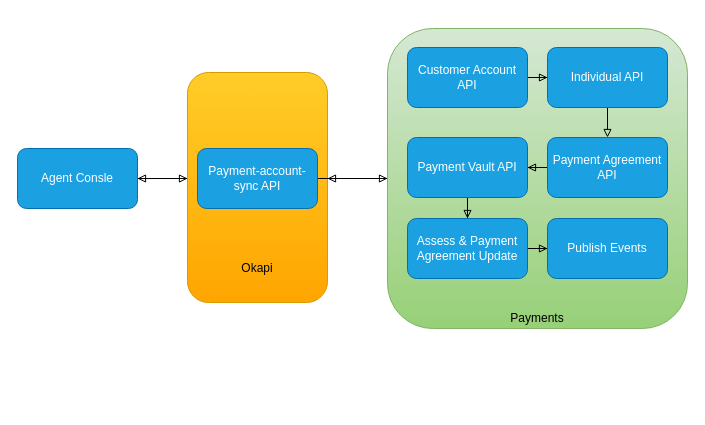
This is paysync.drawio from evasanthan/testRestApp, a draw.io file, before an edit. Source tidied: cells renumbered, new cells numbered last; positions are measured from the earlier drawing's top-left corner, leaving out a move shared by most shapes. Both pictures are drawn from the tidied source at 100%, with x=0, y=0 at pixel (17, 28).
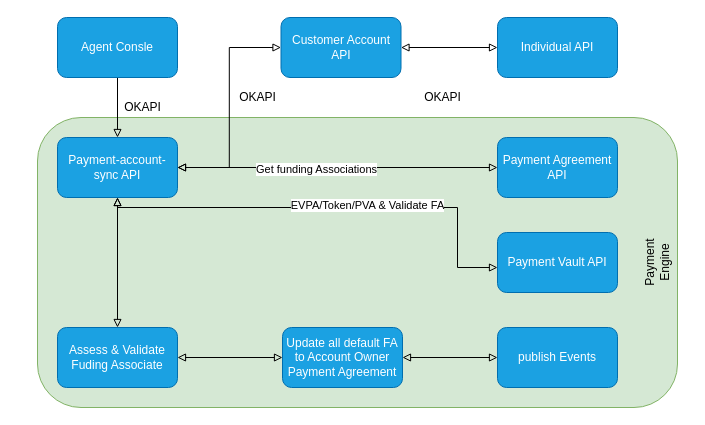
The same page after the edit.

Change to the diagram source:
```diff
@@
-    <mxCell id="2" style="edgeStyle=orthogonalEdgeStyle;rounded=0;jettySize=auto;html=1;endArrow=block;endFill=0;" parent="1" edge="1" source="4" target="10">
-      <mxGeometry relative="1" as="geometry" />
-    </mxCell>
-    <mxCell id="3" style="edgeStyle=orthogonalEdgeStyle;rounded=0;jettySize=auto;html=1;endArrow=block;endFill=0;" parent="1" edge="1" source="4">
-      <mxGeometry relative="1" as="geometry">
-        <mxPoint x="310" y="150" as="targetPoint" />
-      </mxGeometry>
-    </mxCell>
-    <mxCell id="4" style="rounded=1;whiteSpace=wrap;html=1;fillColor=#d5e8d4;strokeColor=#82b366;gradientColor=#97d077;" parent="1" vertex="1">
-      <mxGeometry x="370" width="300" height="300" as="geometry" />
-    </mxCell>
-    <mxCell id="5" style="edgeStyle=orthogonalEdgeStyle;rounded=0;jettySize=auto;html=1;entryX=1;entryY=0.5;entryDx=0;entryDy=0;endArrow=block;endFill=0;" parent="1" edge="1" source="6" target="8">
-      <mxGeometry relative="1" as="geometry">
-        <Array as="points">
-          <mxPoint x="150" y="150" />
-          <mxPoint x="150" y="150" />
-        </Array>
-      </mxGeometry>
-    </mxCell>
-    <mxCell id="6" style="rounded=1;whiteSpace=wrap;html=1;fillColor=#ffcd28;strokeColor=#d79b00;gradientColor=#ffa500;" parent="1" vertex="1">
-      <mxGeometry x="170" y="44" width="140" height="230" as="geometry" />
-    </mxCell>
-    <mxCell id="7" style="edgeStyle=orthogonalEdgeStyle;rounded=0;jettySize=auto;html=1;entryX=0;entryY=0.461;entryDx=0;entryDy=0;entryPerimeter=0;endArrow=block;endFill=0;" parent="1" edge="1" source="8" target="6">
-      <mxGeometry relative="1" as="geometry" />
-    </mxCell>
+    <mxCell id="24" style="rounded=1;whiteSpace=wrap;html=1;fillColor=#d5e8d4;strokeColor=#82b366;" parent="1" vertex="1">
+      <mxGeometry x="20" y="89" width="640" height="290" as="geometry" />
+    </mxCell>
+    <mxCell id="25" style="edgeStyle=orthogonalEdgeStyle;rounded=0;jettySize=auto;html=1;endArrow=block;endFill=0;" parent="1" edge="1" source="8" target="10">
+      <mxGeometry relative="1" as="geometry" />
+    </mxCell>
     <mxCell id="8" value="Agent Consle" style="rounded=1;whiteSpace=wrap;html=1;fillColor=#1ba1e2;strokeColor=#006EAF;fontColor=#ffffff;" parent="1" vertex="1">
-      <mxGeometry y="120" width="120" height="60" as="geometry" />
+      <mxGeometry x="40" y="-11" width="120" height="60" as="geometry" />
     </mxCell>
-    <mxCell id="9" style="edgeStyle=orthogonalEdgeStyle;rounded=0;jettySize=auto;html=1;endArrow=block;endFill=0;" parent="1" edge="1" source="10" target="4">
-      <mxGeometry relative="1" as="geometry" />
-    </mxCell>
+    <mxCell id="26" style="edgeStyle=orthogonalEdgeStyle;rounded=0;jettySize=auto;html=1;endArrow=block;endFill=0;entryX=0;entryY=0.5;entryDx=0;entryDy=0;startArrow=block;startFill=0;" parent="1" edge="1" source="10" target="12">
+      <mxGeometry relative="1" as="geometry" />
+    </mxCell>
+    <mxCell id="27" style="edgeStyle=orthogonalEdgeStyle;rounded=0;jettySize=auto;html=1;startArrow=block;startFill=0;endArrow=block;endFill=0;" parent="1" edge="1" source="10" target="16">
+      <mxGeometry relative="1" as="geometry" />
+    </mxCell>
+    <mxCell id="28" value="Get funding Associations" style="edgeLabel;html=1;align=center;verticalAlign=middle;" parent="27" vertex="1">
+      <mxGeometry x="-0.14" y="-1" relative="1" as="geometry" />
+    </mxCell>
+    <mxCell id="29" style="edgeStyle=orthogonalEdgeStyle;rounded=0;jettySize=auto;html=1;startArrow=block;startFill=0;endArrow=block;endFill=0;" parent="1" edge="1" source="10">
+      <mxGeometry relative="1" as="geometry">
+        <mxPoint x="480" y="239" as="targetPoint" />
+        <Array as="points">
+          <mxPoint x="100" y="179" />
+          <mxPoint x="440" y="179" />
+          <mxPoint x="440" y="239" />
+        </Array>
+      </mxGeometry>
+    </mxCell>
+    <mxCell id="30" value="EVPA/Token/PVA &amp;amp; Validate FA" style="edgeLabel;html=1;align=center;verticalAlign=middle;" parent="29" vertex="1">
+      <mxGeometry x="0.15" y="3" relative="1" as="geometry" />
+    </mxCell>
+    <mxCell id="31" style="edgeStyle=orthogonalEdgeStyle;rounded=0;jettySize=auto;html=1;entryX=0.5;entryY=0;entryDx=0;entryDy=0;startArrow=block;startFill=0;endArrow=block;endFill=0;" parent="1" edge="1" source="10" target="20">
+      <mxGeometry relative="1" as="geometry" />
+    </mxCell>
     <mxCell id="10" value="Payment-account-sync API" style="rounded=1;whiteSpace=wrap;html=1;fillColor=#1ba1e2;strokeColor=#006EAF;fontColor=#ffffff;" parent="1" vertex="1">
-      <mxGeometry x="180" y="120" width="120" height="60" as="geometry" />
+      <mxGeometry x="40" y="109" width="120" height="60" as="geometry" />
     </mxCell>
-    <mxCell id="11" style="edgeStyle=orthogonalEdgeStyle;rounded=0;jettySize=auto;html=1;endArrow=block;endFill=0;" parent="1" edge="1" source="12" target="14">
+    <mxCell id="11" style="edgeStyle=orthogonalEdgeStyle;rounded=0;jettySize=auto;html=1;endArrow=block;endFill=0;startArrow=block;startFill=0;" parent="1" edge="1" source="12" target="14">
       <mxGeometry relative="1" as="geometry" />
     </mxCell>
     <mxCell id="12" value="Customer Account API" style="rounded=1;whiteSpace=wrap;html=1;fillColor=#1ba1e2;strokeColor=#006EAF;fontColor=#ffffff;" parent="1" vertex="1">
-      <mxGeometry x="390" y="19" width="120" height="60" as="geometry" />
+      <mxGeometry x="263.5" y="-11" width="120" height="60" as="geometry" />
     </mxCell>
-    <mxCell id="13" style="edgeStyle=orthogonalEdgeStyle;rounded=0;jettySize=auto;html=1;entryX=0.5;entryY=0;entryDx=0;entryDy=0;endArrow=block;endFill=0;" parent="1" edge="1" source="14" target="16">
-      <mxGeometry relative="1" as="geometry" />
-    </mxCell>
     <mxCell id="14" value="Individual API" style="rounded=1;whiteSpace=wrap;html=1;fillColor=#1ba1e2;strokeColor=#006EAF;fontColor=#ffffff;" parent="1" vertex="1">
-      <mxGeometry x="530" y="19" width="120" height="60" as="geometry" />
+      <mxGeometry x="480" y="-11" width="120" height="60" as="geometry" />
     </mxCell>
-    <mxCell id="15" style="edgeStyle=orthogonalEdgeStyle;rounded=0;jettySize=auto;html=1;entryX=1;entryY=0.5;entryDx=0;entryDy=0;endArrow=block;endFill=0;" parent="1" edge="1" source="16" target="18">
-      <mxGeometry relative="1" as="geometry" />
-    </mxCell>
     <mxCell id="16" value="Payment Agreement API" style="rounded=1;whiteSpace=wrap;html=1;fillColor=#1ba1e2;strokeColor=#006EAF;fontColor=#ffffff;" parent="1" vertex="1">
-      <mxGeometry x="530" y="109" width="120" height="60" as="geometry" />
+      <mxGeometry x="480" y="109" width="120" height="60" as="geometry" />
     </mxCell>
-    <mxCell id="17" style="edgeStyle=orthogonalEdgeStyle;rounded=0;jettySize=auto;html=1;entryX=0.5;entryY=0;entryDx=0;entryDy=0;endArrow=block;endFill=0;" parent="1" edge="1" source="18" target="20">
-      <mxGeometry relative="1" as="geometry" />
-    </mxCell>
     <mxCell id="18" value="Payment Vault API" style="rounded=1;whiteSpace=wrap;html=1;fillColor=#1ba1e2;strokeColor=#006EAF;fontColor=#ffffff;" parent="1" vertex="1">
-      <mxGeometry x="390" y="109" width="120" height="60" as="geometry" />
+      <mxGeometry x="480" y="204" width="120" height="60" as="geometry" />
     </mxCell>
-    <mxCell id="19" style="edgeStyle=orthogonalEdgeStyle;rounded=0;jettySize=auto;html=1;entryX=0;entryY=0.5;entryDx=0;entryDy=0;endArrow=block;endFill=0;" parent="1" edge="1" source="20" target="21">
+    <mxCell id="19" style="edgeStyle=orthogonalEdgeStyle;rounded=0;jettySize=auto;html=1;entryX=0;entryY=0.5;entryDx=0;entryDy=0;startArrow=block;startFill=0;endArrow=block;endFill=0;" parent="1" edge="1" source="20" target="21">
       <mxGeometry relative="1" as="geometry" />
     </mxCell>
-    <mxCell id="20" value="Assess &amp;amp; Payment Agreement Update" style="rounded=1;whiteSpace=wrap;html=1;fillColor=#1ba1e2;strokeColor=#006EAF;fontColor=#ffffff;" parent="1" vertex="1">
-      <mxGeometry x="390" y="190" width="120" height="60" as="geometry" />
+    <mxCell id="20" value="Assess &amp;amp; Validate Fuding Associate" style="rounded=1;whiteSpace=wrap;html=1;fillColor=#1ba1e2;strokeColor=#006EAF;fontColor=#ffffff;" parent="1" vertex="1">
+      <mxGeometry x="40" y="299" width="120" height="60" as="geometry" />
     </mxCell>
+    <mxCell id="32" style="edgeStyle=orthogonalEdgeStyle;rounded=0;jettySize=auto;html=1;entryX=0;entryY=0.5;entryDx=0;entryDy=0;startArrow=block;startFill=0;endArrow=block;endFill=0;" parent="1" edge="1" source="21" target="36">
+      <mxGeometry relative="1" as="geometry" />
+    </mxCell>
-    <mxCell id="21" value="Publish Events" style="rounded=1;whiteSpace=wrap;html=1;fillColor=#1ba1e2;strokeColor=#006EAF;fontColor=#ffffff;" parent="1" vertex="1">
-      <mxGeometry x="530" y="190" width="120" height="60" as="geometry" />
+    <mxCell id="21" value="Update all default FA to Account Owner Payment Agreement" style="rounded=1;whiteSpace=wrap;html=1;fillColor=#1ba1e2;strokeColor=#006EAF;fontColor=#ffffff;" parent="1" vertex="1">
+      <mxGeometry x="265" y="299" width="120" height="60" as="geometry" />
     </mxCell>
-    <mxCell id="22" value="Okapi" style="text;html=1;strokeColor=none;fillColor=none;align=center;verticalAlign=middle;whiteSpace=wrap;rounded=0;" parent="1" vertex="1">
-      <mxGeometry x="220" y="230" width="40" height="20" as="geometry" />
-    </mxCell>
-    <mxCell id="23" value="Payments" style="text;html=1;strokeColor=none;fillColor=none;align=center;verticalAlign=middle;whiteSpace=wrap;rounded=0;" parent="1" vertex="1">
-      <mxGeometry x="500" y="280" width="40" height="20" as="geometry" />
-    </mxCell>
+    <mxCell id="33" value="OKAPI" style="text;html=1;align=center;verticalAlign=middle;strokeColor=none;" parent="1" vertex="1">
+      <mxGeometry x="100" y="69" width="50" height="20" as="geometry" />
+    </mxCell>
+    <mxCell id="34" value="OKAPI" style="text;html=1;align=center;verticalAlign=middle;strokeColor=none;" parent="1" vertex="1">
+      <mxGeometry x="215" y="59" width="50" height="20" as="geometry" />
+    </mxCell>
+    <mxCell id="35" value="OKAPI" style="text;html=1;align=center;verticalAlign=middle;strokeColor=none;" parent="1" vertex="1">
+      <mxGeometry x="400" y="59" width="50" height="20" as="geometry" />
+    </mxCell>
+    <mxCell id="36" value="publish Events" style="rounded=1;whiteSpace=wrap;html=1;fillColor=#1ba1e2;strokeColor=#006EAF;fontColor=#ffffff;" parent="1" vertex="1">
+      <mxGeometry x="480" y="299" width="120" height="60" as="geometry" />
+    </mxCell>
+    <mxCell id="37" value="Payment Engine" style="text;html=1;strokeColor=none;fillColor=none;align=center;verticalAlign=middle;whiteSpace=wrap;rounded=0;rotation=-90;" parent="1" vertex="1">
+      <mxGeometry x="620" y="224" width="40" height="20" as="geometry" />
+    </mxCell>
```
